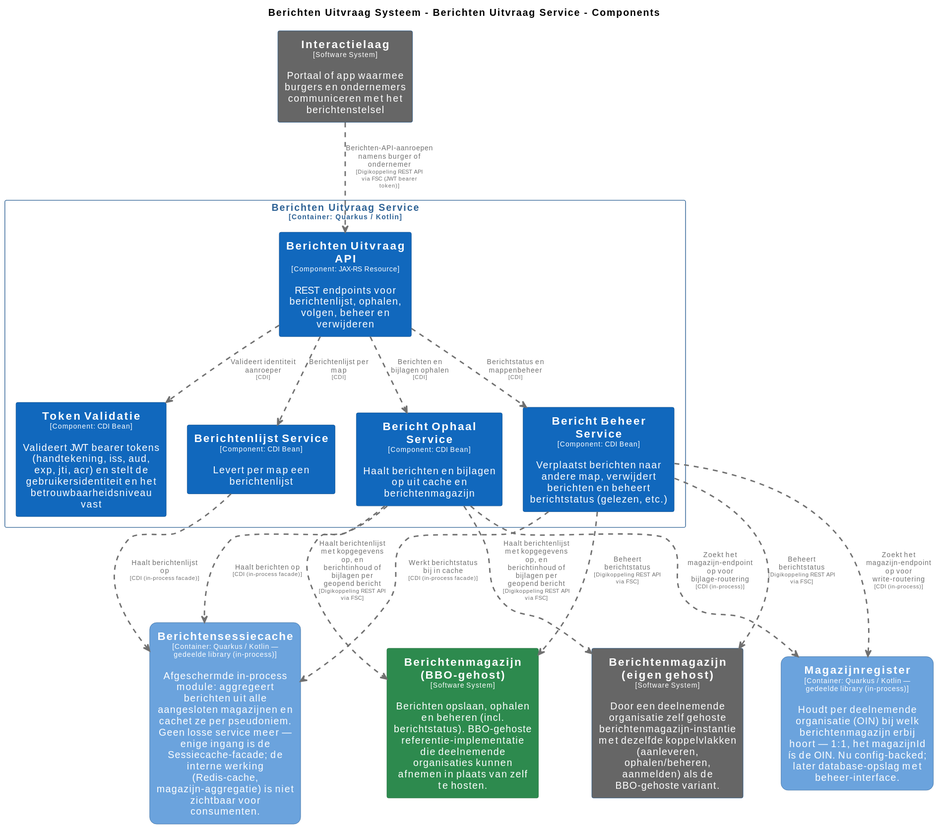
The PlantUML diagram master/svg/BerichtenUitvraagServiceComponenten.svg in MinBZK/moza-poc-fbs-berichtenbox, before a commit. Its source is kept beside it as master/puml/BerichtenUitvraagServiceComponenten.puml.
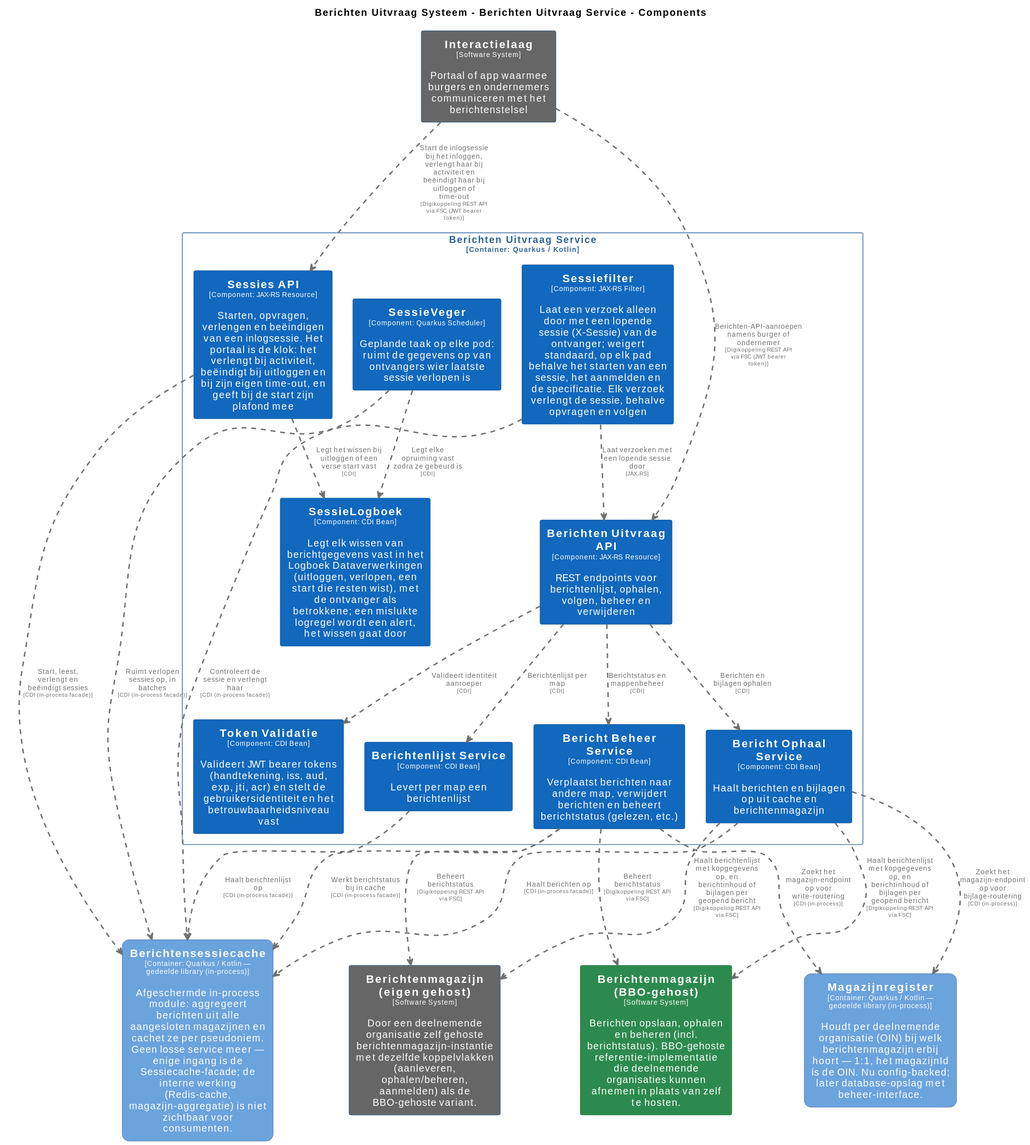
After the commit.

The edit, as a diff of the source:
```diff
@@ -71,6 +71,30 @@
   roundCorner 20
   shadowing false
 }
+skinparam rectangle<<BerichtenUitvraagSysteem.BerichtenUitvraagService.SessieLogboek>> {
+  BackgroundColor #1168bd
+  FontColor #ffffff
+  BorderColor #0b4884
+  shadowing false
+}
+skinparam rectangle<<BerichtenUitvraagSysteem.BerichtenUitvraagService.SessieVeger>> {
+  BackgroundColor #1168bd
+  FontColor #ffffff
+  BorderColor #0b4884
+  shadowing false
+}
+skinparam rectangle<<BerichtenUitvraagSysteem.BerichtenUitvraagService.Sessiefilter>> {
+  BackgroundColor #1168bd
+  FontColor #ffffff
+  BorderColor #0b4884
+  shadowing false
+}
+skinparam rectangle<<BerichtenUitvraagSysteem.BerichtenUitvraagService.SessiesAPI>> {
+  BackgroundColor #1168bd
+  FontColor #ffffff
+  BorderColor #0b4884
+  shadowing false
+}
 skinparam rectangle<<BerichtenUitvraagSysteem.BerichtenUitvraagService.TokenValidatie>> {
   BackgroundColor #1168bd
   FontColor #ffffff
@@ -95,9 +119,21 @@
   rectangle "==Berichtenlijst Service\n<size:10>[Component: CDI Bean]</size>\n\nLevert per map een berichtenlijst" <<BerichtenUitvraagSysteem.BerichtenUitvraagService.BerichtenlijstService>> as BerichtenUitvraagSysteem.BerichtenUitvraagService.BerichtenlijstService
   rectangle "==Bericht Ophaal Service\n<size:10>[Component: CDI Bean]</size>\n\nHaalt berichten en bijlagen op uit cache en berichtenmagazijn" <<BerichtenUitvraagSysteem.BerichtenUitvraagService.BerichtOphaalService>> as BerichtenUitvraagSysteem.BerichtenUitvraagService.BerichtOphaalService
   rectangle "==Bericht Beheer Service\n<size:10>[Component: CDI Bean]</size>\n\nVerplaatst berichten naar andere map, verwijdert berichten en beheert berichtstatus (gelezen, etc.)" <<BerichtenUitvraagSysteem.BerichtenUitvraagService.BerichtBeheerService>> as BerichtenUitvraagSysteem.BerichtenUitvraagService.BerichtBeheerService
+  rectangle "==Sessiefilter\n<size:10>[Component: JAX-RS Filter]</size>\n\nLaat een verzoek alleen door met een lopende sessie (X-Sessie) van de ontvanger; weigert standaard, op elk pad behalve het starten van een sessie, het aanmelden en de specificatie. Elk verzoek verlengt de sessie, behalve opvragen en volgen" <<BerichtenUitvraagSysteem.BerichtenUitvraagService.Sessiefilter>> as BerichtenUitvraagSysteem.BerichtenUitvraagService.Sessiefilter
+  rectangle "==Sessies API\n<size:10>[Component: JAX-RS Resource]</size>\n\nStarten, opvragen, verlengen en beëindigen van een inlogsessie. Het portaal is de klok: het verlengt bij activiteit, beëindigt bij uitloggen en bij zijn eigen time-out, en geeft bij de start zijn plafond mee" <<BerichtenUitvraagSysteem.BerichtenUitvraagService.SessiesAPI>> as BerichtenUitvraagSysteem.BerichtenUitvraagService.SessiesAPI
+  rectangle "==SessieVeger\n<size:10>[Component: Quarkus Scheduler]</size>\n\nGeplande taak op elke pod: ruimt de gegevens op van ontvangers wier laatste sessie verlopen is" <<BerichtenUitvraagSysteem.BerichtenUitvraagService.SessieVeger>> as BerichtenUitvraagSysteem.BerichtenUitvraagService.SessieVeger
+  rectangle "==SessieLogboek\n<size:10>[Component: CDI Bean]</size>\n\nLegt elk wissen van berichtgegevens vast in het Logboek Dataverwerkingen (uitloggen, verlopen, een start die resten wist), met de ontvanger als betrokkene; een mislukte logregel wordt een alert, het wissen gaat door" <<BerichtenUitvraagSysteem.BerichtenUitvraagService.SessieLogboek>> as BerichtenUitvraagSysteem.BerichtenUitvraagService.SessieLogboek
 }
 
+BerichtenUitvraagSysteem.BerichtenUitvraagService.SessiesAPI .[#707070,thickness=2].> BerichtenUitvraagSysteem.Berichtensessiecache : "<color:#707070>Start, leest, verlengt en beëindigt sessies\n<color:#707070><size:8>[CDI (in-process facade)]</size>"
+BerichtenUitvraagSysteem.BerichtenUitvraagService.SessieVeger .[#707070,thickness=2].> BerichtenUitvraagSysteem.Berichtensessiecache : "<color:#707070>Ruimt verlopen sessies op, in batches\n<color:#707070><size:8>[CDI (in-process facade)]</size>"
+BerichtenUitvraagSysteem.BerichtenUitvraagService.BerichtOphaalService .[#707070,thickness=2].> BerichtenUitvraagSysteem.Berichtensessiecache : "<color:#707070>Haalt berichten op\n<color:#707070><size:8>[CDI (in-process facade)]</size>"
+BerichtenUitvraagSysteem.BerichtenUitvraagService.BerichtenlijstService .[#707070,thickness=2].> BerichtenUitvraagSysteem.Berichtensessiecache : "<color:#707070>Haalt berichtenlijst op\n<color:#707070><size:8>[CDI (in-process facade)]</size>"
+BerichtenUitvraagSysteem.BerichtenUitvraagService.BerichtBeheerService .[#707070,thickness=2].> BerichtenUitvraagSysteem.Berichtensessiecache : "<color:#707070>Werkt berichtstatus bij in cache\n<color:#707070><size:8>[CDI (in-process facade)]</size>"
+BerichtenUitvraagSysteem.BerichtenUitvraagService.BerichtOphaalService .[#707070,thickness=2].> BerichtenUitvraagSysteem.Magazijnregister : "<color:#707070>Zoekt het magazijn-endpoint op voor bijlage-routering\n<color:#707070><size:8>[CDI (in-process)]</size>"
+BerichtenUitvraagSysteem.BerichtenUitvraagService.BerichtBeheerService .[#707070,thickness=2].> BerichtenUitvraagSysteem.Magazijnregister : "<color:#707070>Zoekt het magazijn-endpoint op voor write-routering\n<color:#707070><size:8>[CDI (in-process)]</size>"
 Interactielaag .[#707070,thickness=2].> BerichtenUitvraagSysteem.BerichtenUitvraagService.BerichtenUitvraagAPI : "<color:#707070>Berichten-API-aanroepen namens burger of ondernemer\n<color:#707070><size:8>[Digikoppeling REST API via FSC (JWT bearer token)]</size>"
+Interactielaag .[#707070,thickness=2].> BerichtenUitvraagSysteem.BerichtenUitvraagService.SessiesAPI : "<color:#707070>Start de inlogsessie bij het inloggen, verlengt haar bij activiteit en beëindigt haar bij uitloggen of time-out\n<color:#707070><size:8>[Digikoppeling REST API via FSC (JWT bearer token)]</size>"
 BerichtenUitvraagSysteem.BerichtenUitvraagService.BerichtOphaalService .[#707070,thickness=2].> BerichtenmagazijnBBOgehost : "<color:#707070>Haalt berichtenlijst met kopgegevens op, en berichtinhoud of bijlagen per geopend bericht\n<color:#707070><size:8>[Digikoppeling REST API via FSC]</size>"
 BerichtenUitvraagSysteem.BerichtenUitvraagService.BerichtBeheerService .[#707070,thickness=2].> BerichtenmagazijnBBOgehost : "<color:#707070>Beheert berichtstatus\n<color:#707070><size:8>[Digikoppeling REST API via FSC]</size>"
 BerichtenUitvraagSysteem.BerichtenUitvraagService.BerichtOphaalService .[#707070,thickness=2].> Berichtenmagazijneigengehost : "<color:#707070>Haalt berichtenlijst met kopgegevens op, en berichtinhoud of bijlagen per geopend bericht\n<color:#707070><size:8>[Digikoppeling REST API via FSC]</size>"
@@ -106,9 +142,8 @@
 BerichtenUitvraagSysteem.BerichtenUitvraagService.BerichtenUitvraagAPI .[#707070,thickness=2].> BerichtenUitvraagSysteem.BerichtenUitvraagService.BerichtenlijstService : "<color:#707070>Berichtenlijst per map\n<color:#707070><size:8>[CDI]</size>"
 BerichtenUitvraagSysteem.BerichtenUitvraagService.BerichtenUitvraagAPI .[#707070,thickness=2].> BerichtenUitvraagSysteem.BerichtenUitvraagService.BerichtOphaalService : "<color:#707070>Berichten en bijlagen ophalen\n<color:#707070><size:8>[CDI]</size>"
 BerichtenUitvraagSysteem.BerichtenUitvraagService.BerichtenUitvraagAPI .[#707070,thickness=2].> BerichtenUitvraagSysteem.BerichtenUitvraagService.BerichtBeheerService : "<color:#707070>Berichtstatus en mappenbeheer\n<color:#707070><size:8>[CDI]</size>"
-BerichtenUitvraagSysteem.BerichtenUitvraagService.BerichtOphaalService .[#707070,thickness=2].> BerichtenUitvraagSysteem.Berichtensessiecache : "<color:#707070>Haalt berichten op\n<color:#707070><size:8>[CDI (in-process facade)]</size>"
-BerichtenUitvraagSysteem.BerichtenUitvraagService.BerichtenlijstService .[#707070,thickness=2].> BerichtenUitvraagSysteem.Berichtensessiecache : "<color:#707070>Haalt berichtenlijst op\n<color:#707070><size:8>[CDI (in-process facade)]</size>"
-BerichtenUitvraagSysteem.BerichtenUitvraagService.BerichtBeheerService .[#707070,thickness=2].> BerichtenUitvraagSysteem.Berichtensessiecache : "<color:#707070>Werkt berichtstatus bij in cache\n<color:#707070><size:8>[CDI (in-process facade)]</size>"
-BerichtenUitvraagSysteem.BerichtenUitvraagService.BerichtOphaalService .[#707070,thickness=2].> BerichtenUitvraagSysteem.Magazijnregister : "<color:#707070>Zoekt het magazijn-endpoint op voor bijlage-routering\n<color:#707070><size:8>[CDI (in-process)]</size>"
-BerichtenUitvraagSysteem.BerichtenUitvraagService.BerichtBeheerService .[#707070,thickness=2].> BerichtenUitvraagSysteem.Magazijnregister : "<color:#707070>Zoekt het magazijn-endpoint op voor write-routering\n<color:#707070><size:8>[CDI (in-process)]</size>"
+BerichtenUitvraagSysteem.BerichtenUitvraagService.Sessiefilter .[#707070,thickness=2].> BerichtenUitvraagSysteem.BerichtenUitvraagService.BerichtenUitvraagAPI : "<color:#707070>Laat verzoeken met een lopende sessie door\n<color:#707070><size:8>[JAX-RS]</size>"
+BerichtenUitvraagSysteem.BerichtenUitvraagService.SessiesAPI .[#707070,thickness=2].> BerichtenUitvraagSysteem.BerichtenUitvraagService.SessieLogboek : "<color:#707070>Legt het wissen bij uitloggen of een verse start vast\n<color:#707070><size:8>[CDI]</size>"
+BerichtenUitvraagSysteem.BerichtenUitvraagService.SessieVeger .[#707070,thickness=2].> BerichtenUitvraagSysteem.BerichtenUitvraagService.SessieLogboek : "<color:#707070>Legt elke opruiming vast zodra ze gebeurd is\n<color:#707070><size:8>[CDI]</size>"
+BerichtenUitvraagSysteem.BerichtenUitvraagService.Sessiefilter .[#707070,thickness=2].> BerichtenUitvraagSysteem.Berichtensessiecache : "<color:#707070>Controleert de sessie en verlengt haar\n<color:#707070><size:8>[CDI (in-process facade)]</size>"
 @enduml
```
